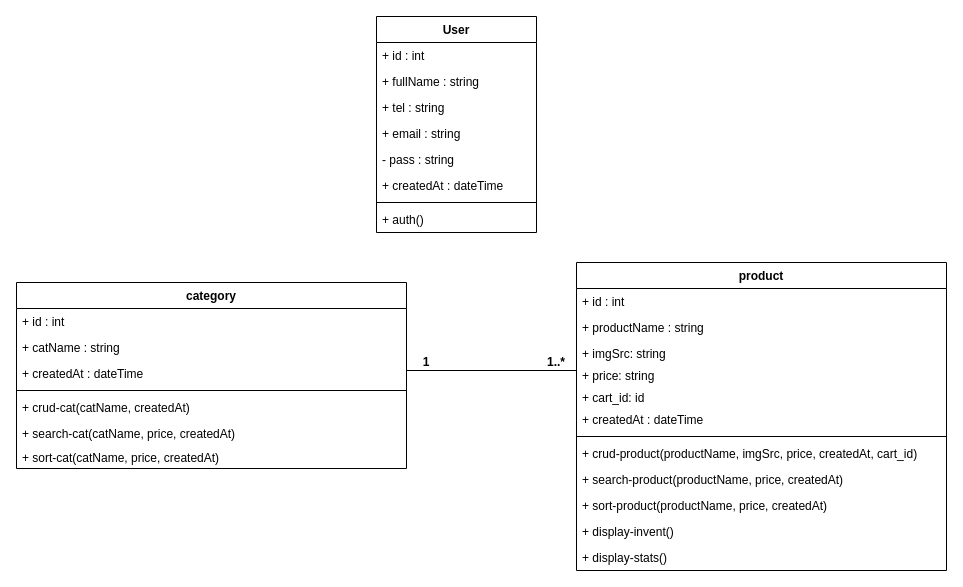
Earlier version of the draw.io diagram classdiagram.drawio (YouCodeSchool/ShopNow). Source tidied: cells renumbered, new cells numbered last; positions are measured from the earlier drawing's top-left corner, leaving out a move shared by most shapes. Both pictures are drawn from the tidied source at 100%, with x=0, y=0 at pixel (16, 16).
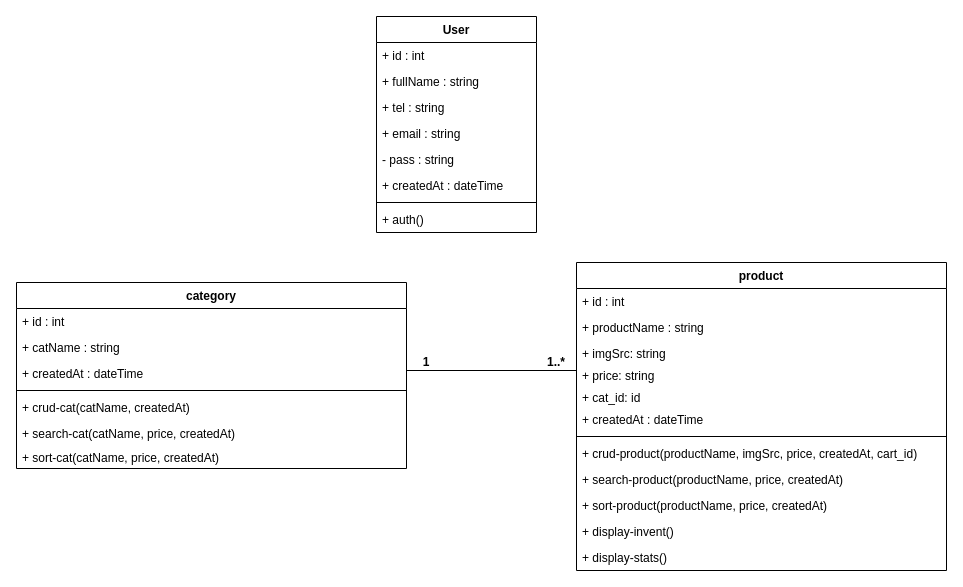
The same page after the edit.

Unchanged cells that the change refers to:
```xml
<mxCell id="20" value="product" style="swimlane;fontStyle=1;align=center;verticalAlign=top;horizontal=1;startSize=26;" parent="1" vertex="1">
  <mxGeometry x="560" y="246" width="370" height="308" as="geometry" />
</mxCell>
```

What changed in the source:
```diff
@@
-    <mxCell id="25" value="+ cart_id: id" style="text;strokeColor=none;fillColor=none;align=left;verticalAlign=top;spacingLeft=4;spacingRight=4;overflow=hidden;" parent="20" vertex="1">
+    <mxCell id="25" value="+ cat_id: id" style="text;strokeColor=none;fillColor=none;align=left;verticalAlign=top;spacingLeft=4;spacingRight=4;overflow=hidden;" parent="20" vertex="1">
       <mxGeometry y="122" width="370" height="22" as="geometry" />
     </mxCell>
```
